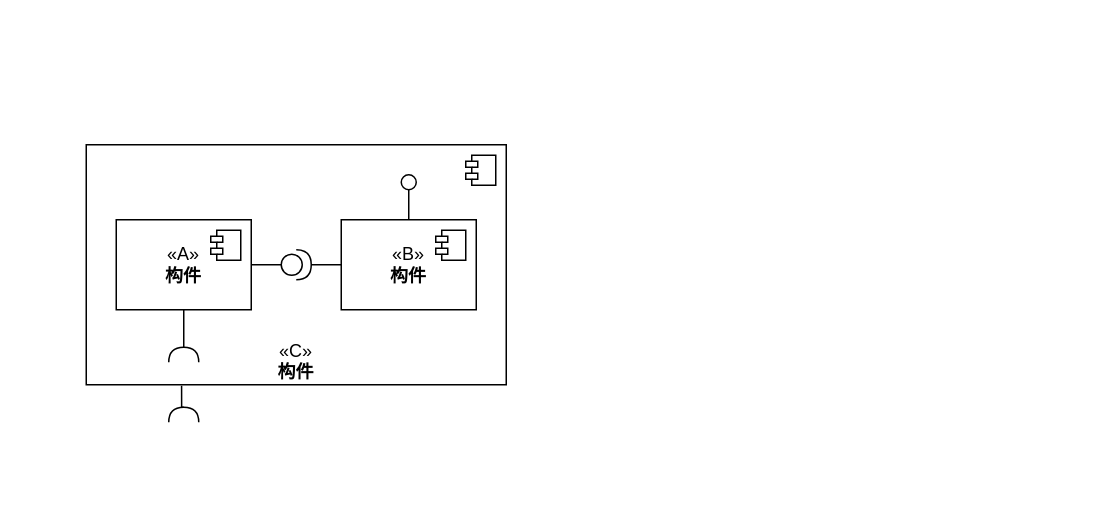
Earlier version of the draw.io diagram COMP-ASSEMBLE.drawio (WFUing/GRADUATION). Source tidied: cells renumbered, new cells numbered last; positions are measured from the earlier drawing's top-left corner, leaving out a move shared by most shapes. Both pictures are drawn from the tidied source at 150%, with x=0, y=0 at pixel (86, 144).
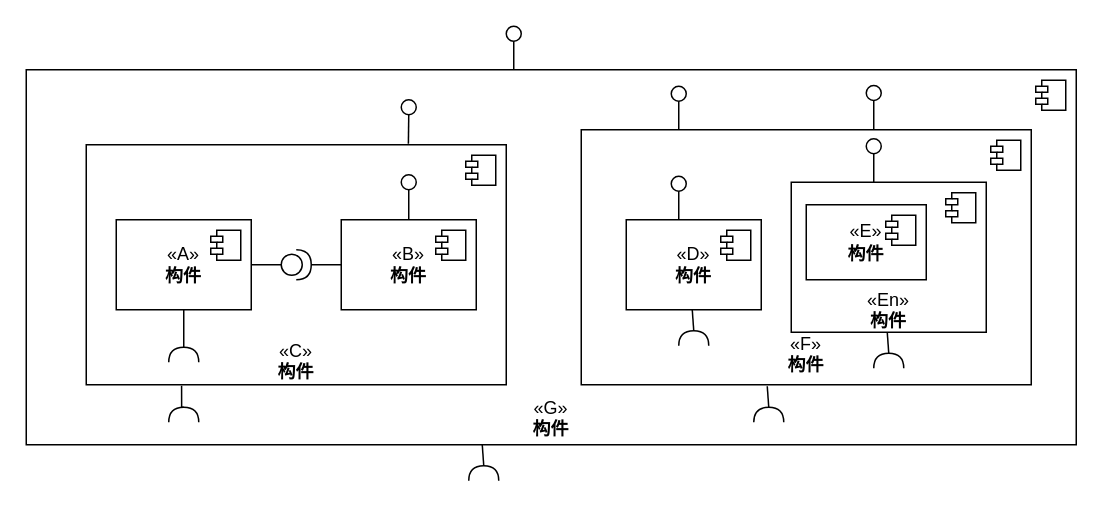
Above is the later version.

The change refers to these unchanged cells:
```xml
<mxCell id="2" value="&lt;br&gt;&lt;br&gt;&lt;br&gt;&lt;br&gt;&lt;br&gt;&lt;br&gt;&lt;br&gt;&lt;br&gt;&lt;br&gt;«C»&lt;br&gt;&lt;b&gt;构件&lt;/b&gt;" style="html=1;whiteSpace=wrap;" parent="1" vertex="1">
  <mxGeometry width="280" height="160" as="geometry" />
</mxCell>
```

Change to the diagram source:
```diff
@@
+    <mxCell id="17" value="&lt;br&gt;&lt;br&gt;&lt;br&gt;&lt;br&gt;&lt;br&gt;&lt;br&gt;&lt;br&gt;&lt;br&gt;&lt;br&gt;&lt;br&gt;&lt;br&gt;&lt;br&gt;&lt;br&gt;&lt;br&gt;&lt;br&gt;«G»&lt;br&gt;&lt;b&gt;构件&lt;/b&gt;" style="html=1;whiteSpace=wrap;" parent="1" vertex="1">
+      <mxGeometry x="-40" y="-50" width="700" height="250" as="geometry" />
+    </mxCell>
+    <mxCell id="18" style="shape=module;jettyWidth=8;jettyHeight=4;" parent="17" vertex="1">
+      <mxGeometry x="1" width="20" height="20" relative="1" as="geometry">
+        <mxPoint x="-27" y="7" as="offset" />
+      </mxGeometry>
+    </mxCell>
@@
+    <mxCell id="19" style="edgeStyle=orthogonalEdgeStyle;rounded=0;jettySize=auto;html=1;exitX=0.5;exitY=0;exitDx=0;exitDy=0;entryX=0.767;entryY=-0.004;entryDx=0;entryDy=0;endArrow=none;endFill=0;entryPerimeter=0;" parent="1" edge="1" source="20" target="2">
+      <mxGeometry relative="1" as="geometry" />
+    </mxCell>
+    <mxCell id="20" style="ellipse;direction=west;" parent="1" vertex="1">
+      <mxGeometry x="210" y="-30" width="10" height="10" as="geometry" />
+    </mxCell>
+    <mxCell id="21" value="&lt;br&gt;&lt;br&gt;&lt;br&gt;&lt;br&gt;&lt;br&gt;&lt;br&gt;&lt;br&gt;&lt;br&gt;&lt;br&gt;«F»&lt;br&gt;&lt;b&gt;构件&lt;/b&gt;" style="html=1;whiteSpace=wrap;" parent="1" vertex="1">
+      <mxGeometry x="330" y="-10" width="300" height="170" as="geometry" />
+    </mxCell>
+    <mxCell id="22" style="shape=module;jettyWidth=8;jettyHeight=4;" parent="21" vertex="1">
+      <mxGeometry x="1" width="20" height="20" relative="1" as="geometry">
+        <mxPoint x="-27" y="7" as="offset" />
+      </mxGeometry>
+    </mxCell>
+    <mxCell id="23" style="shape=requiredInterface;html=1;verticalLabelPosition=bottom;sketch=0;rotation=-90;" parent="1" vertex="1">
+      <mxGeometry x="450" y="170" width="10" height="20" as="geometry" />
+    </mxCell>
+    <mxCell id="24" style="edgeStyle=orthogonalEdgeStyle;rounded=0;jettySize=auto;html=1;endArrow=none;endFill=0;exitX=0.227;exitY=1.004;exitDx=0;exitDy=0;exitPerimeter=0;entryX=1;entryY=0.5;entryDx=0;entryDy=0;entryPerimeter=0;" parent="1" edge="1" target="23">
+      <mxGeometry relative="1" as="geometry">
+        <mxPoint x="454" y="161" as="sourcePoint" />
+        <Array as="points">
+          <mxPoint x="454" y="175" />
+        </Array>
+      </mxGeometry>
+    </mxCell>
+    <mxCell id="25" value="«D»&lt;br&gt;&lt;b&gt;构件&lt;/b&gt;" style="html=1;whiteSpace=wrap;" parent="1" vertex="1">
+      <mxGeometry x="360" y="50" width="90" height="60" as="geometry" />
+    </mxCell>
+    <mxCell id="26" style="shape=module;jettyWidth=8;jettyHeight=4;" parent="25" vertex="1">
+      <mxGeometry x="1" width="20" height="20" relative="1" as="geometry">
+        <mxPoint x="-27" y="7" as="offset" />
+      </mxGeometry>
+    </mxCell>
+    <mxCell id="27" style="shape=requiredInterface;html=1;verticalLabelPosition=bottom;sketch=0;rotation=-90;" parent="1" vertex="1">
+      <mxGeometry x="400" y="119" width="10" height="20" as="geometry" />
+    </mxCell>
+    <mxCell id="28" style="edgeStyle=orthogonalEdgeStyle;rounded=0;jettySize=auto;html=1;endArrow=none;endFill=0;exitX=0.227;exitY=1.004;exitDx=0;exitDy=0;exitPerimeter=0;entryX=1;entryY=0.5;entryDx=0;entryDy=0;entryPerimeter=0;" parent="1" edge="1" target="27">
+      <mxGeometry relative="1" as="geometry">
+        <mxPoint x="404" y="110" as="sourcePoint" />
+        <Array as="points">
+          <mxPoint x="404" y="124" />
+        </Array>
+      </mxGeometry>
+    </mxCell>
+    <mxCell id="29" value="&lt;br&gt;&lt;br&gt;&lt;br&gt;&lt;br&gt;&lt;br&gt;«En»&lt;br&gt;&lt;b&gt;构件&lt;/b&gt;" style="html=1;whiteSpace=wrap;" parent="1" vertex="1">
+      <mxGeometry x="470" y="25" width="130" height="100" as="geometry" />
+    </mxCell>
+    <mxCell id="30" style="shape=module;jettyWidth=8;jettyHeight=4;" parent="29" vertex="1">
+      <mxGeometry x="1" width="20" height="20" relative="1" as="geometry">
+        <mxPoint x="-27" y="7" as="offset" />
+      </mxGeometry>
+    </mxCell>
+    <mxCell id="31" value="«E»&lt;br&gt;&lt;b&gt;构件&lt;/b&gt;" style="html=1;whiteSpace=wrap;" parent="1" vertex="1">
+      <mxGeometry x="480" y="40" width="80" height="50" as="geometry" />
+    </mxCell>
+    <mxCell id="32" style="shape=module;jettyWidth=8;jettyHeight=4;" parent="31" vertex="1">
+      <mxGeometry x="1" width="20" height="20" relative="1" as="geometry">
+        <mxPoint x="-27" y="7" as="offset" />
+      </mxGeometry>
+    </mxCell>
+    <mxCell id="33" style="shape=requiredInterface;html=1;verticalLabelPosition=bottom;sketch=0;rotation=-90;" parent="1" vertex="1">
+      <mxGeometry x="530" y="134" width="10" height="20" as="geometry" />
+    </mxCell>
+    <mxCell id="34" style="edgeStyle=orthogonalEdgeStyle;rounded=0;jettySize=auto;html=1;endArrow=none;endFill=0;exitX=0.227;exitY=1.004;exitDx=0;exitDy=0;exitPerimeter=0;entryX=1;entryY=0.5;entryDx=0;entryDy=0;entryPerimeter=0;" parent="1" edge="1" target="33">
+      <mxGeometry relative="1" as="geometry">
+        <mxPoint x="534" y="125" as="sourcePoint" />
+        <Array as="points">
+          <mxPoint x="534" y="139" />
+        </Array>
+      </mxGeometry>
+    </mxCell>
+    <mxCell id="35" style="edgeStyle=orthogonalEdgeStyle;rounded=0;jettySize=auto;html=1;exitX=0.5;exitY=0;exitDx=0;exitDy=0;entryX=0.767;entryY=-0.004;entryDx=0;entryDy=0;endArrow=none;endFill=0;entryPerimeter=0;" parent="1" edge="1" source="36">
+      <mxGeometry relative="1" as="geometry">
+        <mxPoint x="395" y="-10" as="targetPoint" />
+      </mxGeometry>
+    </mxCell>
+    <mxCell id="36" style="ellipse;direction=west;" parent="1" vertex="1">
+      <mxGeometry x="390" y="-39" width="10" height="10" as="geometry" />
+    </mxCell>
+    <mxCell id="37" style="edgeStyle=orthogonalEdgeStyle;rounded=0;jettySize=auto;html=1;exitX=0.5;exitY=0;exitDx=0;exitDy=0;entryX=0.767;entryY=-0.004;entryDx=0;entryDy=0;endArrow=none;endFill=0;entryPerimeter=0;" parent="1" edge="1" source="38">
+      <mxGeometry relative="1" as="geometry">
+        <mxPoint x="395" y="50" as="targetPoint" />
+      </mxGeometry>
+    </mxCell>
+    <mxCell id="38" style="ellipse;direction=west;" parent="1" vertex="1">
+      <mxGeometry x="390" y="21" width="10" height="10" as="geometry" />
+    </mxCell>
+    <mxCell id="39" style="edgeStyle=orthogonalEdgeStyle;rounded=0;jettySize=auto;html=1;exitX=0.5;exitY=0;exitDx=0;exitDy=0;entryX=0.767;entryY=-0.004;entryDx=0;entryDy=0;endArrow=none;endFill=0;entryPerimeter=0;" parent="1" edge="1" source="40">
+      <mxGeometry relative="1" as="geometry">
+        <mxPoint x="525" y="25" as="targetPoint" />
+      </mxGeometry>
+    </mxCell>
+    <mxCell id="40" style="ellipse;direction=west;" parent="1" vertex="1">
+      <mxGeometry x="520" y="-4" width="10" height="10" as="geometry" />
+    </mxCell>
+    <mxCell id="41" style="edgeStyle=orthogonalEdgeStyle;rounded=0;jettySize=auto;html=1;exitX=0.5;exitY=0;exitDx=0;exitDy=0;entryX=0.767;entryY=-0.004;entryDx=0;entryDy=0;endArrow=none;endFill=0;entryPerimeter=0;" parent="1" edge="1" source="42">
+      <mxGeometry relative="1" as="geometry">
+        <mxPoint x="525" y="-10.5" as="targetPoint" />
+      </mxGeometry>
+    </mxCell>
+    <mxCell id="42" style="ellipse;direction=west;" parent="1" vertex="1">
+      <mxGeometry x="520" y="-39.5" width="10" height="10" as="geometry" />
+    </mxCell>
+    <mxCell id="43" style="shape=requiredInterface;html=1;verticalLabelPosition=bottom;sketch=0;rotation=-90;" parent="1" vertex="1">
+      <mxGeometry x="260" y="209" width="10" height="20" as="geometry" />
+    </mxCell>
+    <mxCell id="44" style="edgeStyle=orthogonalEdgeStyle;rounded=0;jettySize=auto;html=1;endArrow=none;endFill=0;exitX=0.227;exitY=1.004;exitDx=0;exitDy=0;exitPerimeter=0;entryX=1;entryY=0.5;entryDx=0;entryDy=0;entryPerimeter=0;" parent="1" edge="1" target="43">
+      <mxGeometry relative="1" as="geometry">
+        <mxPoint x="264" y="200" as="sourcePoint" />
+        <Array as="points">
+          <mxPoint x="264" y="214" />
+        </Array>
+      </mxGeometry>
+    </mxCell>
+    <mxCell id="45" style="edgeStyle=orthogonalEdgeStyle;rounded=0;jettySize=auto;html=1;exitX=0.5;exitY=0;exitDx=0;exitDy=0;entryX=0.767;entryY=-0.004;entryDx=0;entryDy=0;endArrow=none;endFill=0;entryPerimeter=0;" parent="1" edge="1" source="46">
+      <mxGeometry relative="1" as="geometry">
+        <mxPoint x="285" y="-50" as="targetPoint" />
+      </mxGeometry>
+    </mxCell>
+    <mxCell id="46" style="ellipse;direction=west;" parent="1" vertex="1">
+      <mxGeometry x="280" y="-79" width="10" height="10" as="geometry" />
+    </mxCell>
```
